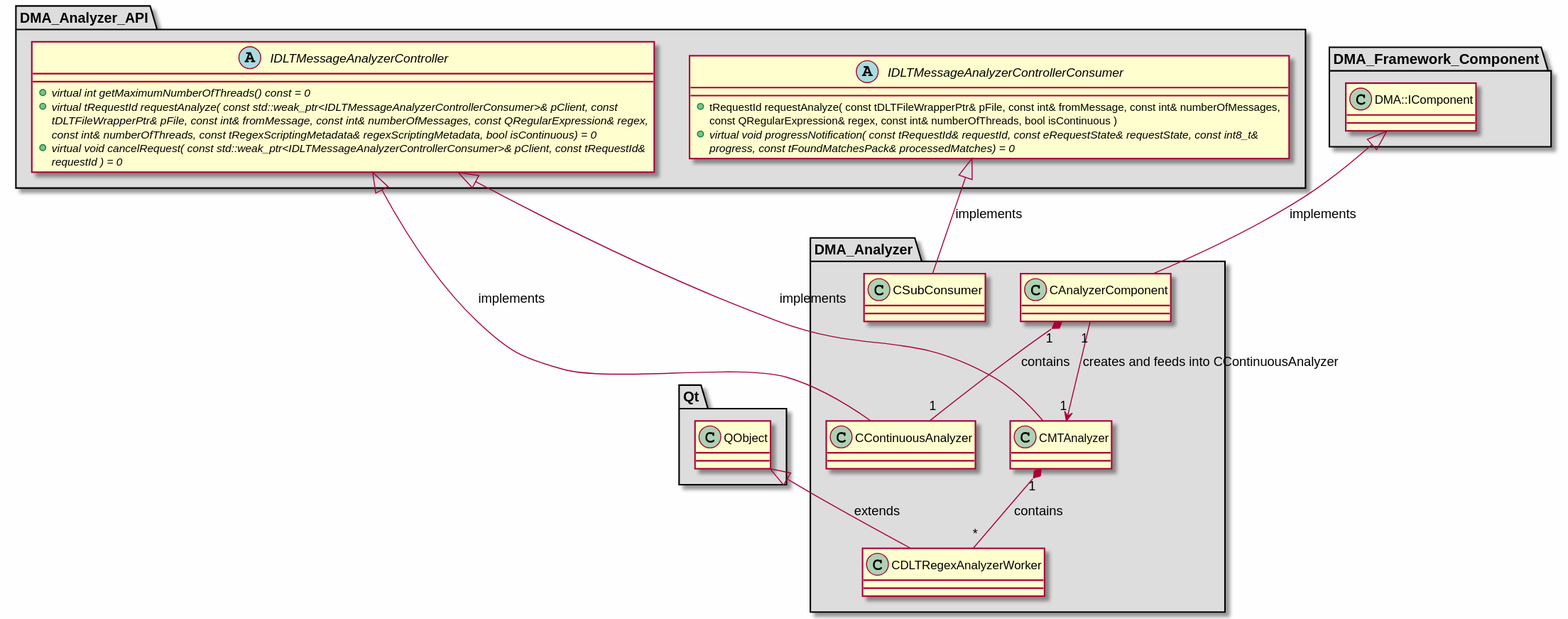
The PlantUML diagram md/dev_docs/puml/DMA_Analyzer_standalone.svg in svlad-90/DLT-Message-Analyzer, before a commit.
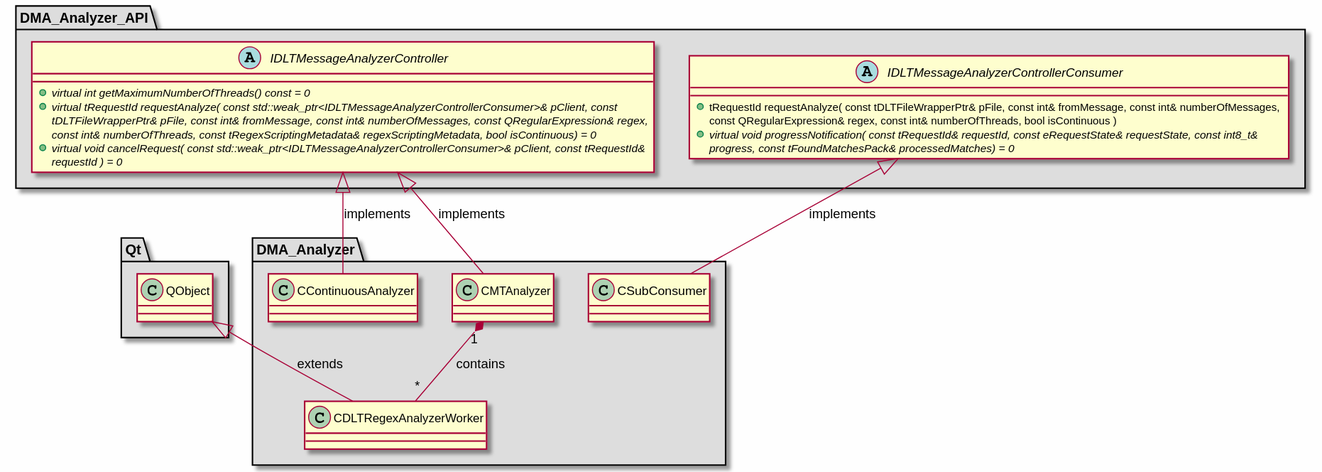
The same file after the commit.

What changed in the source:
```diff
@@ -4,10 +4,6 @@
 skinparam wrapWidth 600
 package "DMA_Analyzer" #DDDDDD
 {
-
-class "CAnalyzerComponent"
-{
-}
 
 class "CContinuousAnalyzer"
 {
@@ -45,15 +41,6 @@
 
 }
 
-package "DMA_Framework_Component" #DDDDDD
-{
-
-class "DMA::IComponent"
-{
-}
-
-}
-
 package "Qt" #DDDDDD
 {
 
@@ -63,14 +50,11 @@
 
 }
 
-DMA::IComponent <|-- CAnalyzerComponent : implements
 IDLTMessageAnalyzerController <|-- CContinuousAnalyzer : implements
 QObject <|-- CDLTRegexAnalyzerWorker : extends
 IDLTMessageAnalyzerController <|-- CMTAnalyzer : implements
 IDLTMessageAnalyzerControllerConsumer <|-- CSubConsumer : implements
 
-CAnalyzerComponent "1" *-- "1" CContinuousAnalyzer : contains
-CAnalyzerComponent "1" --> "1" CMTAnalyzer : creates and feeds into CContinuousAnalyzer
 CMTAnalyzer "1" *-- "*" CDLTRegexAnalyzerWorker : contains
 
 @enduml
```
